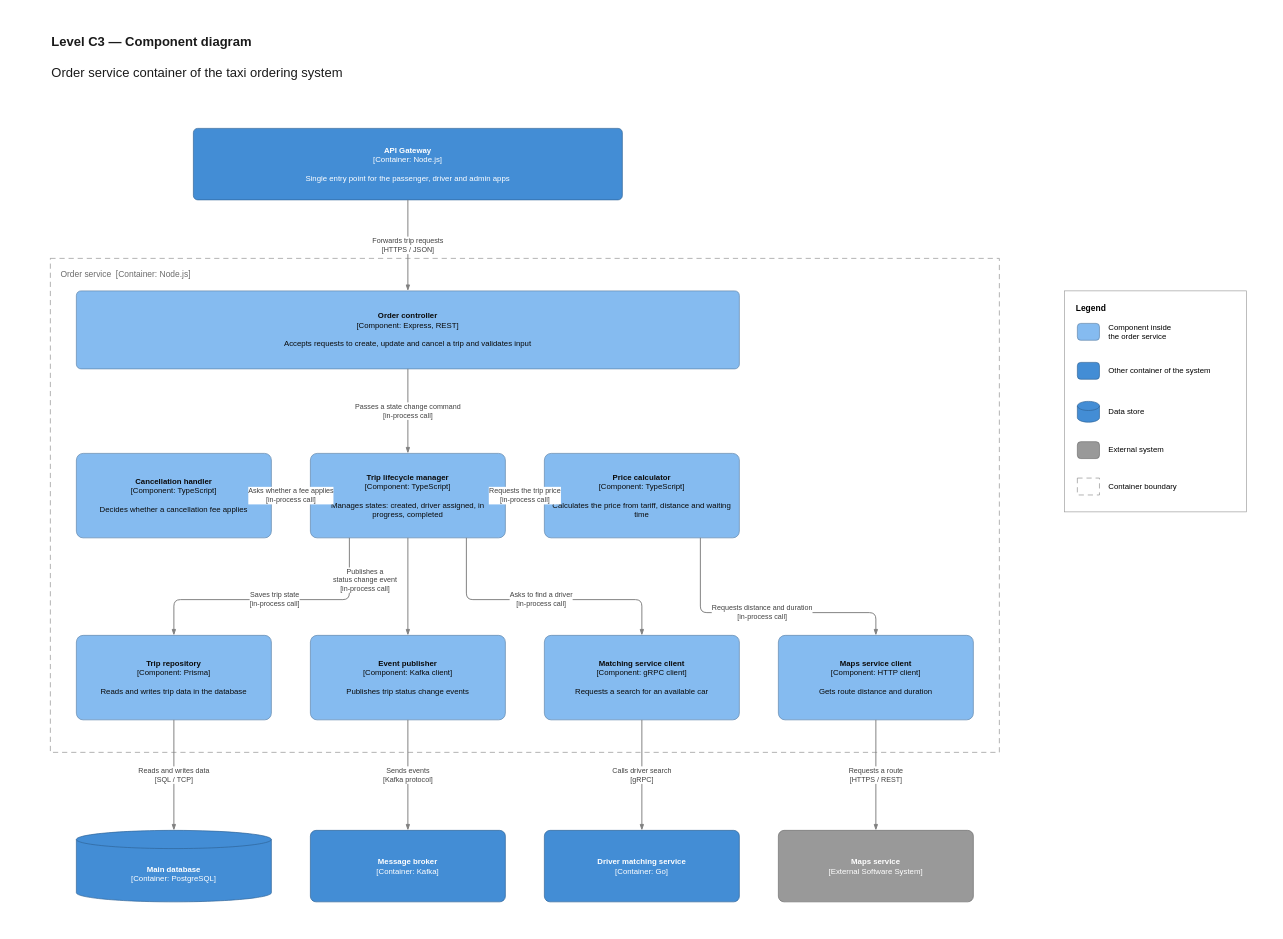
Before: page "C3 — Components" (3 of 3) of docs/architecture/ideal/diagrams/taxi-c4-model.drawio in mineo71/taxi-app, a draw.io diagram. Source tidied: cells renumbered, new cells numbered last; positions are measured from the earlier drawing's top-left corner, leaving out a move shared by most shapes. Both pictures are drawn from the tidied source at 65%, with x=0, y=0 at pixel (11, 11).
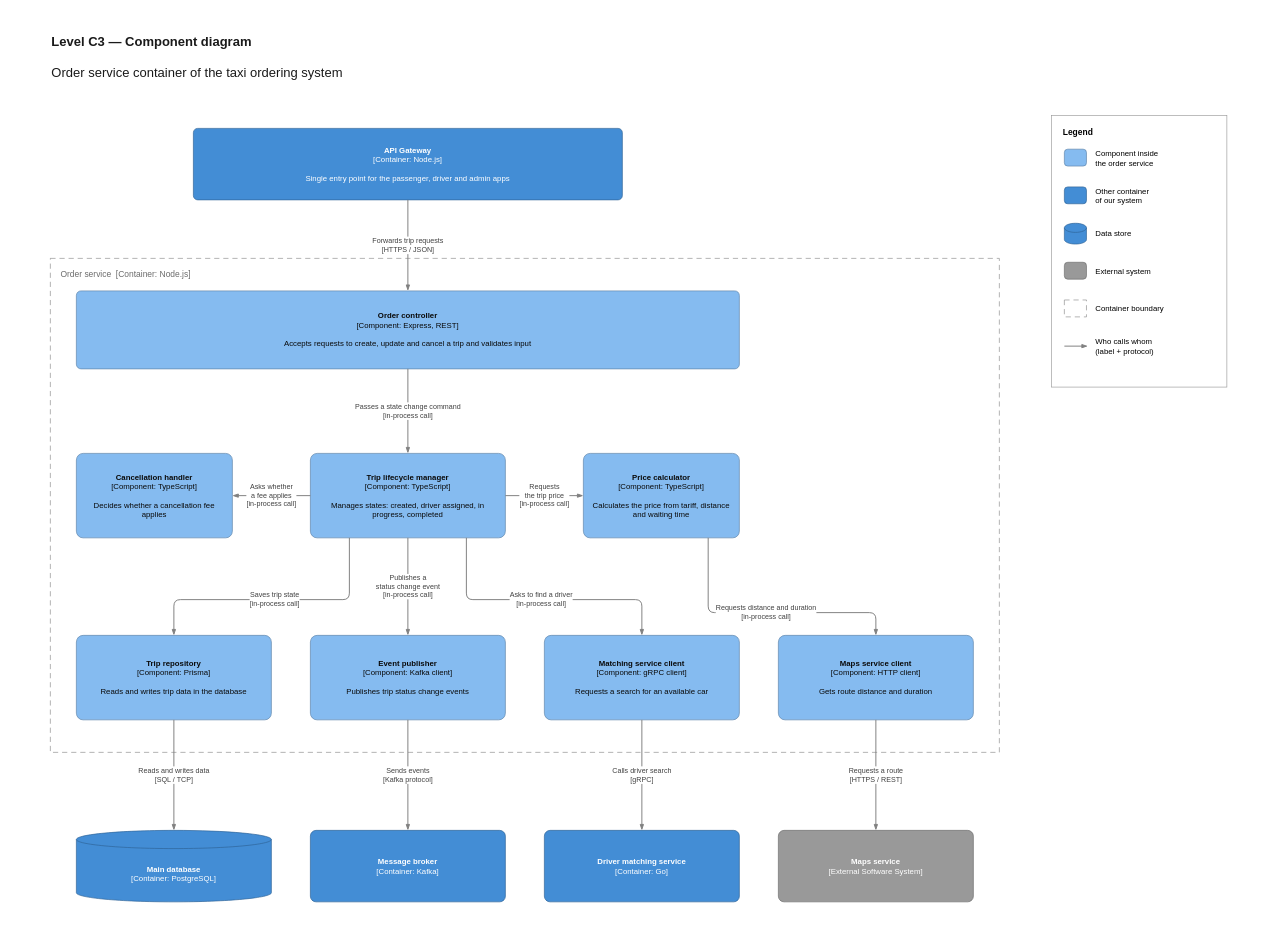
The same page after the edit.

The change refers to these unchanged cells:
```xml
<mxCell id="8" value="&lt;b&gt;Trip lifecycle manager&lt;/b&gt;&lt;br&gt;[Component: TypeScript]&lt;br&gt;&lt;br&gt;Manages states: created, driver assigned, in progress, completed" style="rounded=1;arcSize=8;whiteSpace=wrap;html=1;fillColor=#85BBF0;strokeColor=#5D82A8;fontColor=#0A0A0A;fontSize=12;spacing=8;" parent="1" vertex="1">
  <mxGeometry x="460" y="680" width="300" height="130" as="geometry" />
</mxCell>
<mxCell id="11" value="&lt;b&gt;Event publisher&lt;/b&gt;&lt;br&gt;[Component: Kafka client]&lt;br&gt;&lt;br&gt;Publishes trip status change events" style="rounded=1;arcSize=8;whiteSpace=wrap;html=1;fillColor=#85BBF0;strokeColor=#5D82A8;fontColor=#0A0A0A;fontSize=12;spacing=8;" parent="1" vertex="1">
  <mxGeometry x="460" y="960" width="300" height="130" as="geometry" />
</mxCell>
<mxCell id="13" value="&lt;b&gt;Maps service client&lt;/b&gt;&lt;br&gt;[Component: HTTP client]&lt;br&gt;&lt;br&gt;Gets route distance and duration" style="rounded=1;arcSize=8;whiteSpace=wrap;html=1;fillColor=#85BBF0;strokeColor=#5D82A8;fontColor=#0A0A0A;fontSize=12;spacing=8;" parent="1" vertex="1">
  <mxGeometry x="1180" y="960" width="300" height="130" as="geometry" />
</mxCell>
```

The edit, as a diff of the source:
```diff
@@
     <mxCell id="2" style="rounded=0;whiteSpace=wrap;html=1;fillColor=#FFFFFF;strokeColor=none;" parent="1" vertex="1">
-      <mxGeometry width="1940" height="1410" as="geometry" />
+      <mxGeometry width="1910" height="1410" as="geometry" />
     </mxCell>
@@
     <mxCell id="7" value="&lt;b&gt;Cancellation handler&lt;/b&gt;&lt;br&gt;[Component: TypeScript]&lt;br&gt;&lt;br&gt;Decides whether a cancellation fee applies" style="rounded=1;arcSize=8;whiteSpace=wrap;html=1;fillColor=#85BBF0;strokeColor=#5D82A8;fontColor=#0A0A0A;fontSize=12;spacing=8;" parent="1" vertex="1">
-      <mxGeometry x="100" y="680" width="300" height="130" as="geometry" />
+      <mxGeometry x="100" y="680" width="240" height="130" as="geometry" />
     </mxCell>
@@
     <mxCell id="9" value="&lt;b&gt;Price calculator&lt;/b&gt;&lt;br&gt;[Component: TypeScript]&lt;br&gt;&lt;br&gt;Calculates the price from tariff, distance and waiting time" style="rounded=1;arcSize=8;whiteSpace=wrap;html=1;fillColor=#85BBF0;strokeColor=#5D82A8;fontColor=#0A0A0A;fontSize=12;spacing=8;" parent="1" vertex="1">
-      <mxGeometry x="820" y="680" width="300" height="130" as="geometry" />
+      <mxGeometry x="880" y="680" width="240" height="130" as="geometry" />
     </mxCell>
@@
-    <mxCell id="20" value="Asks whether a fee applies&lt;br&gt;[in-process call]" style="edgeStyle=orthogonalEdgeStyle;rounded=1;endArrow=blockThin;html=1;strokeColor=#808080;strokeWidth=1.5;fontSize=11;fontColor=#404040;labelBackgroundColor=#FFFFFF;exitX=0;exitY=0.5;exitDx=0;exitDy=0;entryX=1;entryY=0.5;entryDx=0;entryDy=0;" parent="1" edge="1" source="8" target="7">
+    <mxCell id="20" value="Asks whether&lt;br&gt;a fee applies&lt;br&gt;[in-process call]" style="edgeStyle=orthogonalEdgeStyle;rounded=1;endArrow=blockThin;html=1;strokeColor=#808080;strokeWidth=1.5;fontSize=11;fontColor=#404040;labelBackgroundColor=#FFFFFF;exitX=0;exitY=0.5;exitDx=0;exitDy=0;entryX=1;entryY=0.5;entryDx=0;entryDy=0;" parent="1" edge="1" source="8" target="7">
       <mxGeometry relative="1" as="geometry" />
     </mxCell>
-    <mxCell id="21" value="Requests the trip price&lt;br&gt;[in-process call]" style="edgeStyle=orthogonalEdgeStyle;rounded=1;endArrow=blockThin;html=1;strokeColor=#808080;strokeWidth=1.5;fontSize=11;fontColor=#404040;labelBackgroundColor=#FFFFFF;exitX=1;exitY=0.5;exitDx=0;exitDy=0;entryX=0;entryY=0.5;entryDx=0;entryDy=0;" parent="1" edge="1" source="8" target="9">
+    <mxCell id="21" value="Requests&lt;br&gt;the trip price&lt;br&gt;[in-process call]" style="edgeStyle=orthogonalEdgeStyle;rounded=1;endArrow=blockThin;html=1;strokeColor=#808080;strokeWidth=1.5;fontSize=11;fontColor=#404040;labelBackgroundColor=#FFFFFF;exitX=1;exitY=0.5;exitDx=0;exitDy=0;entryX=0;entryY=0.5;entryDx=0;entryDy=0;" parent="1" edge="1" source="8" target="9">
       <mxGeometry relative="1" as="geometry" />
     </mxCell>
@@
     <mxCell id="23" value="Publishes a&lt;br&gt;status change event&lt;br&gt;[in-process call]" style="edgeStyle=orthogonalEdgeStyle;rounded=1;endArrow=blockThin;html=1;strokeColor=#808080;strokeWidth=1.5;fontSize=11;fontColor=#404040;labelBackgroundColor=#FFFFFF;exitX=0.5;exitY=1;exitDx=0;exitDy=0;entryX=0.5;entryY=0;entryDx=0;entryDy=0;" parent="1" edge="1" source="8" target="11">
-      <mxGeometry relative="1" as="geometry">
-        <mxPoint x="-66" y="-10" as="offset" />
-      </mxGeometry>
+      <mxGeometry relative="1" as="geometry" />
     </mxCell>
@@
     <mxCell id="25" value="Requests distance and duration&lt;br&gt;[in-process call]" style="edgeStyle=orthogonalEdgeStyle;rounded=1;endArrow=blockThin;html=1;strokeColor=#808080;strokeWidth=1.5;fontSize=11;fontColor=#404040;labelBackgroundColor=#FFFFFF;exitX=0.8;exitY=1;exitDx=0;exitDy=0;entryX=0.5;entryY=0;entryDx=0;entryDy=0;" parent="1" edge="1" source="9" target="13">
       <mxGeometry relative="1" as="geometry">
         <Array as="points">
-          <mxPoint x="1060" y="925" />
+          <mxPoint x="1072" y="925" />
           <mxPoint x="1330" y="925" />
         </Array>
       </mxGeometry>
     </mxCell>
@@
     <mxCell id="30" value="&lt;b&gt;Legend&lt;/b&gt;" style="rounded=0;whiteSpace=wrap;html=1;fillColor=none;strokeColor=#9A9A9A;verticalAlign=top;align=left;spacingLeft=16;spacingTop=12;fontSize=13;" parent="1" vertex="1">
-      <mxGeometry x="1620" y="430" width="280" height="340" as="geometry" />
+      <mxGeometry x="1600" y="160" width="270" height="418" as="geometry" />
     </mxCell>
-    <mxCell id="31" style="rounded=1;arcSize=20;html=1;fillColor=#85BBF0;strokeColor=#5D82A8;" parent="1" vertex="1">
-      <mxGeometry x="1640" y="480" width="34" height="26" as="geometry" />
-    </mxCell>
+    <mxCell id="41" style="rounded=1;arcSize=20;html=1;fillColor=#85BBF0;strokeColor=#5D82A8;" parent="1" vertex="1">
+      <mxGeometry x="1620" y="212" width="34" height="26" as="geometry" />
+    </mxCell>
     <mxCell id="32" value="Component inside&lt;br&gt;the order service" style="text;html=1;align=left;verticalAlign=middle;fontSize=12;" parent="1" vertex="1">
-      <mxGeometry x="1686" y="473" width="200" height="40" as="geometry" />
+      <mxGeometry x="1666" y="210" width="190" height="32" as="geometry" />
     </mxCell>
-    <mxCell id="33" style="rounded=1;arcSize=20;html=1;fillColor=#438DD5;strokeColor=#2E6295;" parent="1" vertex="1">
-      <mxGeometry x="1640" y="540" width="34" height="26" as="geometry" />
-    </mxCell>
-    <mxCell id="34" value="Other container of the system" style="text;html=1;align=left;verticalAlign=middle;fontSize=12;" parent="1" vertex="1">
-      <mxGeometry x="1686" y="533" width="200" height="40" as="geometry" />
-    </mxCell>
-    <mxCell id="35" style="shape=cylinder3;boundedLbl=1;backgroundOutline=1;html=1;fillColor=#438DD5;strokeColor=#2E6295;size=7;" parent="1" vertex="1">
-      <mxGeometry x="1640" y="600" width="34" height="32" as="geometry" />
-    </mxCell>
+    <mxCell id="42" style="rounded=1;arcSize=20;html=1;fillColor=#438DD5;strokeColor=#2E6295;" parent="1" vertex="1">
+      <mxGeometry x="1620" y="270" width="34" height="26" as="geometry" />
+    </mxCell>
+    <mxCell id="43" value="Other container&lt;br&gt;of our system" style="text;html=1;align=left;verticalAlign=middle;fontSize=12;" parent="1" vertex="1">
+      <mxGeometry x="1666" y="268" width="190" height="32" as="geometry" />
+    </mxCell>
+    <mxCell id="44" style="shape=cylinder3;boundedLbl=1;backgroundOutline=1;html=1;fillColor=#438DD5;strokeColor=#2E6295;size=7;" parent="1" vertex="1">
+      <mxGeometry x="1620" y="326" width="34" height="32" as="geometry" />
+    </mxCell>
     <mxCell id="36" value="Data store" style="text;html=1;align=left;verticalAlign=middle;fontSize=12;" parent="1" vertex="1">
-      <mxGeometry x="1686" y="600" width="200" height="32" as="geometry" />
+      <mxGeometry x="1666" y="326" width="190" height="32" as="geometry" />
     </mxCell>
-    <mxCell id="37" style="rounded=1;arcSize=20;html=1;fillColor=#999999;strokeColor=#6B6B6B;" parent="1" vertex="1">
-      <mxGeometry x="1640" y="662" width="34" height="26" as="geometry" />
-    </mxCell>
+    <mxCell id="45" style="rounded=1;arcSize=20;html=1;fillColor=#999999;strokeColor=#6B6B6B;" parent="1" vertex="1">
+      <mxGeometry x="1620" y="386" width="34" height="26" as="geometry" />
+    </mxCell>
     <mxCell id="38" value="External system" style="text;html=1;align=left;verticalAlign=middle;fontSize=12;" parent="1" vertex="1">
-      <mxGeometry x="1686" y="662" width="200" height="26" as="geometry" />
+      <mxGeometry x="1666" y="384" width="190" height="32" as="geometry" />
     </mxCell>
-    <mxCell id="39" style="rounded=0;html=1;fillColor=none;strokeColor=#8C8C8C;dashed=1;dashPattern=8 6;" parent="1" vertex="1">
-      <mxGeometry x="1640" y="718" width="34" height="26" as="geometry" />
-    </mxCell>
+    <mxCell id="46" style="rounded=0;html=1;fillColor=none;strokeColor=#8C8C8C;dashed=1;dashPattern=8 6;" parent="1" vertex="1">
+      <mxGeometry x="1620" y="444" width="34" height="26" as="geometry" />
+    </mxCell>
     <mxCell id="40" value="Container boundary" style="text;html=1;align=left;verticalAlign=middle;fontSize=12;" parent="1" vertex="1">
-      <mxGeometry x="1686" y="718" width="200" height="26" as="geometry" />
+      <mxGeometry x="1666" y="442" width="190" height="32" as="geometry" />
     </mxCell>
+    <mxCell id="47" style="edgeStyle=orthogonalEdgeStyle;rounded=1;endArrow=blockThin;html=1;strokeColor=#808080;strokeWidth=1.5;" parent="1" edge="1">
+      <mxGeometry relative="1" as="geometry">
+        <mxPoint x="1620" y="515" as="sourcePoint" />
+        <mxPoint x="1656" y="515" as="targetPoint" />
+      </mxGeometry>
+    </mxCell>
+    <mxCell id="48" value="Who calls whom&lt;br&gt;(label + protocol)" style="text;html=1;align=left;verticalAlign=middle;fontSize=12;" parent="1" vertex="1">
+      <mxGeometry x="1666" y="500" width="190" height="32" as="geometry" />
+    </mxCell>
```
